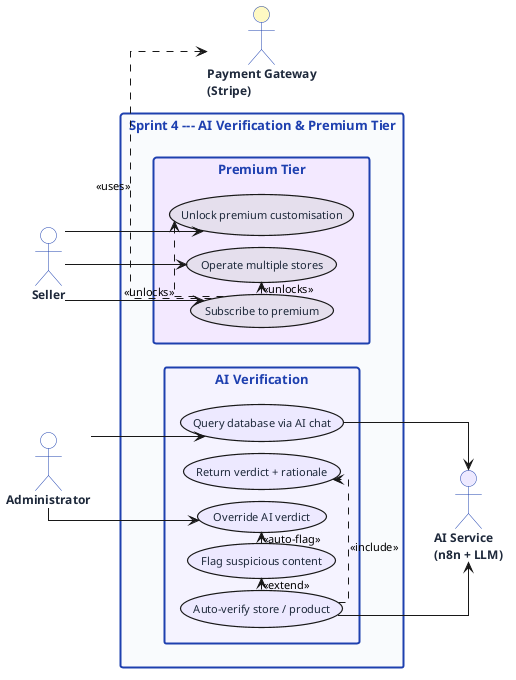
Earlier version of the PlantUML export img/uc-sprint4.png (NadimJebali/NadimJebali-Pfe-rapport-V2). The source it was exported from:
```plantuml
@startuml uc-sprint4

skinparam defaultFontName Helvetica
skinparam defaultFontSize 11
skinparam backgroundColor #FFFFFF
skinparam shadowing false
skinparam packageStyle rectangle
skinparam linetype ortho
skinparam nodesep 12
skinparam ranksep 70

skinparam actor {
  BackgroundColor #FFFFFF
  BorderColor #1E40AF
  FontColor #1E293B
  FontStyle bold
  FontSize 12
}
skinparam usecase {
  BorderThickness 1.2
  FontColor #1E293B
  FontSize 11
}
skinparam rectangle {
  BackgroundColor #F8FAFC
  BorderColor #1E40AF
  BorderThickness 2
  FontColor #1E40AF
  FontStyle bold
  FontSize 13
}

left to right direction

actor Seller        as Seller
actor Administrator as Admin

rectangle "Sprint 4 --- AI Verification & Premium Tier" {

  rectangle "AI Verification" #F5F3FF {
    (Auto-verify store / product) as V1 #EDE9FE
    (Return verdict + rationale)  as V2 #EDE9FE
    (Flag suspicious content)     as V3 #EDE9FE
    (Override AI verdict)         as V4 #EDE9FE
    (Query database via AI chat)  as V5 #EDE9FE
  }

  rectangle "Premium Tier" #F3E8FF {
    (Subscribe to premium)         as P1 #E4DFEC
    (Unlock premium customisation) as P2 #E4DFEC
    (Operate multiple stores)      as P3 #E4DFEC
  }
}

actor "AI Service\n(n8n + LLM)"   as AI  #EDE9FE
actor "Payment Gateway\n(Stripe)" as PAY #FEF9C3

Admin  --> V4
Admin  --> V5
Seller --> P1
Seller --> P2
Seller --> P3

V1 .> V2 : <<include>>
V1 .> V3 : <<extend>>
V3 .> V4 : <<auto-flag>>
V1 --> AI
V5 --> AI
P1 .> PAY : <<uses>>
P1 .> P2 : <<unlocks>>
P1 .> P3 : <<unlocks>>

@enduml
```
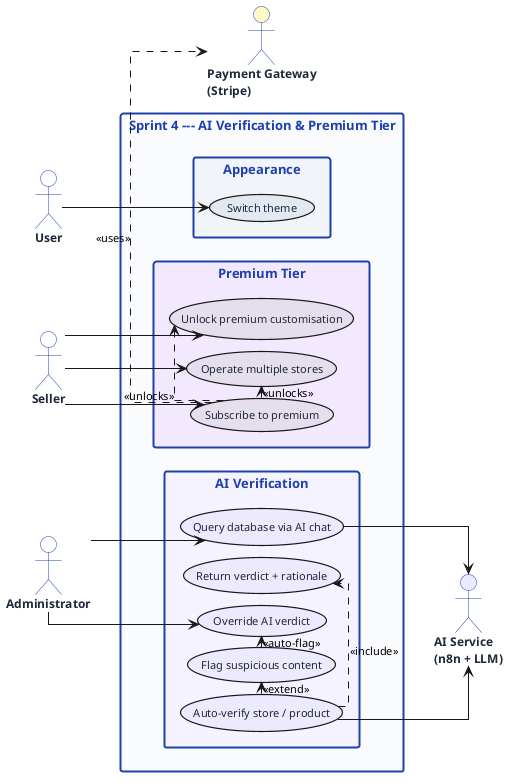
The same diagram one commit later.

What changed in the source:
```diff
@@ -32,6 +32,7 @@
 
 left to right direction
 
+actor User          as User
 actor Seller        as Seller
 actor Administrator as Admin
 
@@ -50,6 +51,10 @@
     (Unlock premium customisation) as P2 #E4DFEC
     (Operate multiple stores)      as P3 #E4DFEC
   }
+
+  rectangle "Appearance" #F1F5F9 {
+    (Switch theme)                 as T1 #E2E8F0
+  }
 }
 
 actor "AI Service\n(n8n + LLM)"   as AI  #EDE9FE
@@ -60,6 +65,7 @@
 Seller --> P1
 Seller --> P2
 Seller --> P3
+User   --> T1
 
 V1 .> V2 : <<include>>
 V1 .> V3 : <<extend>>
```
